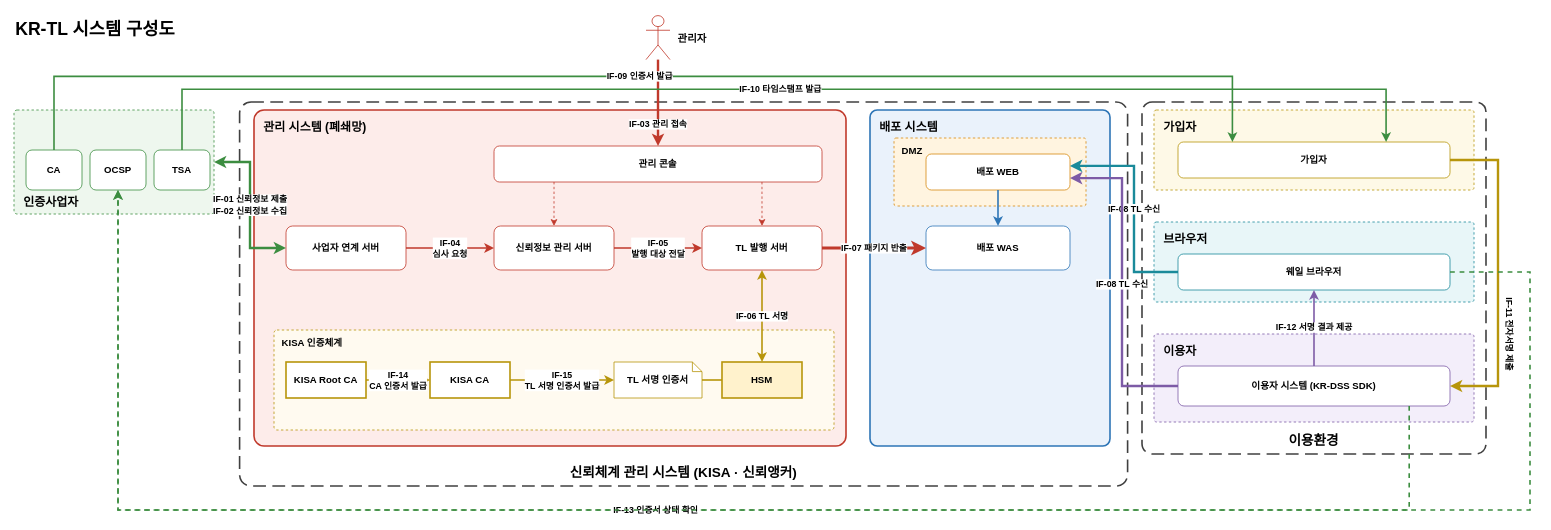
The draw.io diagram docs/design/KR-TL-관리시스템/diagrams/krtl-system.drawio in yongsungkim-electcerti/kr-dss, before the edit. Source tidied: cells renumbered, new cells numbered last; positions are measured from the earlier drawing's top-left corner, leaving out a move shared by most shapes. Both pictures are drawn from the tidied source at 80%, with x=0, y=0 at pixel (14, 14).
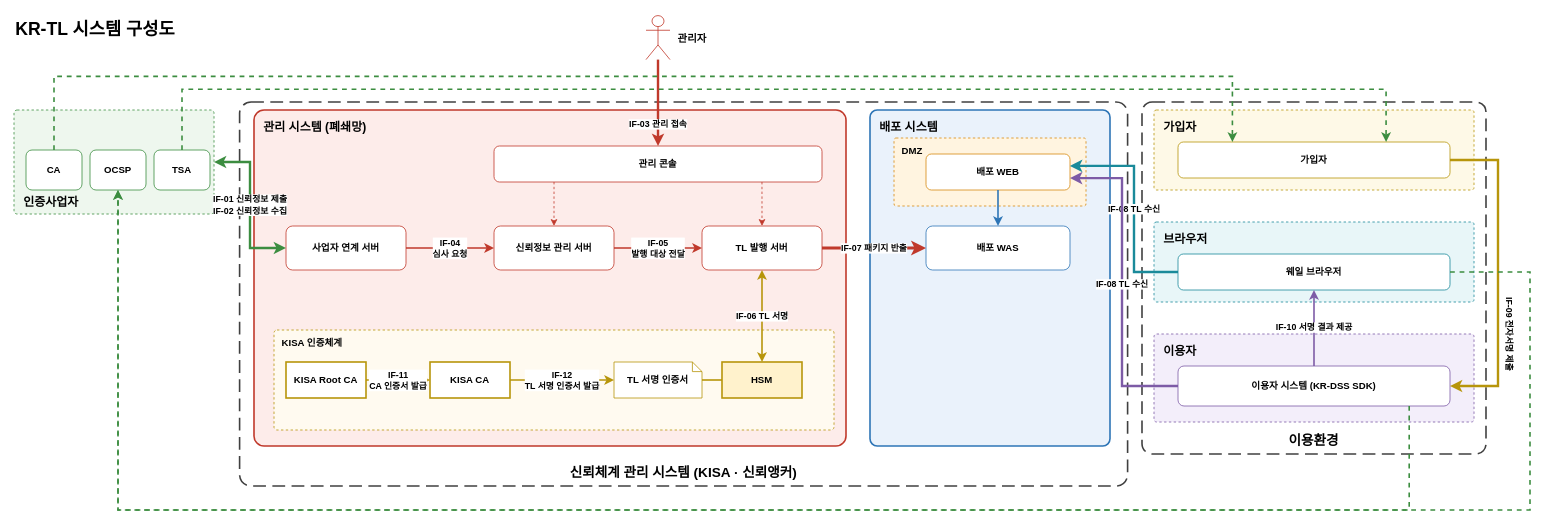
The same page after the edit.

The change refers to these unchanged cells:
```xml
<mxCell id="13" value="CA" style="rounded=1;whiteSpace=wrap;html=1;fillColor=#ffffff;strokeColor=#3c8d40;strokeWidth=1;fontStyle=1;" parent="1" vertex="1">
  <mxGeometry x="15" y="170" width="70" height="50" as="geometry" />
</mxCell>
<mxCell id="14" value="OCSP" style="rounded=1;whiteSpace=wrap;html=1;fillColor=#ffffff;strokeColor=#3c8d40;strokeWidth=1;fontStyle=1;" parent="1" vertex="1">
  <mxGeometry x="95" y="170" width="70" height="50" as="geometry" />
</mxCell>
<mxCell id="15" value="TSA" style="rounded=1;whiteSpace=wrap;html=1;fillColor=#ffffff;strokeColor=#3c8d40;strokeWidth=1;fontStyle=1;" parent="1" vertex="1">
  <mxGeometry x="175" y="170" width="70" height="50" as="geometry" />
</mxCell>
<mxCell id="21" value="KISA Root CA" style="rounded=0;whiteSpace=wrap;html=1;fillColor=#ffffff;strokeColor=#b7950b;strokeWidth=2;fontStyle=1;" parent="1" vertex="1">
  <mxGeometry x="340" y="435" width="100" height="45" as="geometry" />
</mxCell>
<mxCell id="22" value="KISA CA" style="rounded=0;whiteSpace=wrap;html=1;fillColor=#ffffff;strokeColor=#b7950b;strokeWidth=2;fontStyle=1;" parent="1" vertex="1">
  <mxGeometry x="520" y="435" width="100" height="45" as="geometry" />
</mxCell>
<mxCell id="23" value="TL 서명 인증서" style="shape=note;size=12;whiteSpace=wrap;html=1;fillColor=#ffffff;strokeColor=#b7950b;strokeWidth=1;fontStyle=1;" parent="1" vertex="1">
  <mxGeometry x="750" y="435" width="110" height="45" as="geometry" />
</mxCell>
<mxCell id="27" value="가입자" style="rounded=1;whiteSpace=wrap;html=1;fillColor=#ffffff;strokeColor=#b7950b;strokeWidth=1;fontStyle=1;" parent="1" vertex="1">
  <mxGeometry x="1455" y="160" width="340" height="45" as="geometry" />
</mxCell>
<mxCell id="28" value="웨일 브라우저" style="rounded=1;whiteSpace=wrap;html=1;fillColor=#ffffff;strokeColor=#1a8a9a;strokeWidth=1;fontStyle=1;" parent="1" vertex="1">
  <mxGeometry x="1455" y="300" width="340" height="45" as="geometry" />
</mxCell>
<mxCell id="29" value="이용자 시스템 (KR-DSS SDK)" style="rounded=1;whiteSpace=wrap;html=1;fillColor=#ffffff;strokeColor=#7d5ba6;strokeWidth=1;fontStyle=1;" parent="1" vertex="1">
  <mxGeometry x="1455" y="440" width="340" height="50" as="geometry" />
</mxCell>
```

What changed in the source:
```diff
@@
-    <mxCell id="37" value="IF-14&lt;br&gt;CA 인증서 발급" style="edgeStyle=orthogonalEdgeStyle;rounded=0;html=1;fontSize=11;fontStyle=1;labelBackgroundColor=#ffffff;strokeColor=#b7950b;strokeWidth=2;exitX=1;exitY=0.5;entryX=0;entryY=0.5;" parent="1" edge="1" source="21" target="22">
+    <mxCell id="37" value="IF-11&lt;br&gt;CA 인증서 발급" style="edgeStyle=orthogonalEdgeStyle;rounded=0;html=1;fontSize=11;fontStyle=1;labelBackgroundColor=#ffffff;strokeColor=#b7950b;strokeWidth=2;exitX=1;exitY=0.5;entryX=0;entryY=0.5;" parent="1" edge="1" source="21" target="22">
       <mxGeometry relative="1" as="geometry" />
     </mxCell>
-    <mxCell id="38" value="IF-15&lt;br&gt;TL 서명 인증서 발급" style="edgeStyle=orthogonalEdgeStyle;rounded=0;html=1;fontSize=11;fontStyle=1;labelBackgroundColor=#ffffff;strokeColor=#b7950b;strokeWidth=2;exitX=1;exitY=0.5;entryX=0;entryY=0.5;" parent="1" edge="1" source="22" target="23">
+    <mxCell id="38" value="IF-12&lt;br&gt;TL 서명 인증서 발급" style="edgeStyle=orthogonalEdgeStyle;rounded=0;html=1;fontSize=11;fontStyle=1;labelBackgroundColor=#ffffff;strokeColor=#b7950b;strokeWidth=2;exitX=1;exitY=0.5;entryX=0;entryY=0.5;" parent="1" edge="1" source="22" target="23">
       <mxGeometry relative="1" as="geometry" />
     </mxCell>
@@
-    <mxCell id="44" value="IF-09 인증서 발급" style="edgeStyle=orthogonalEdgeStyle;rounded=0;html=1;fontSize=11;fontStyle=1;labelBackgroundColor=#ffffff;strokeColor=#3c8d40;strokeWidth=2;exitX=0.5;exitY=0;entryX=0.2;entryY=0;" parent="1" edge="1" source="13" target="27">
+    <mxCell id="44" style="edgeStyle=orthogonalEdgeStyle;rounded=0;html=1;fontSize=11;fontStyle=1;labelBackgroundColor=#ffffff;strokeColor=#3c8d40;strokeWidth=2;exitX=0.5;exitY=0;entryX=0.2;entryY=0;dashed=1;" parent="1" edge="1" source="13" target="27">
       <mxGeometry relative="1" as="geometry">
         <Array as="points">
           <mxPoint x="50" y="78" />
           <mxPoint x="1523" y="78" />
         </Array>
       </mxGeometry>
     </mxCell>
-    <mxCell id="45" value="IF-10 타임스탬프 발급" style="edgeStyle=orthogonalEdgeStyle;rounded=0;html=1;fontSize=11;fontStyle=1;labelBackgroundColor=#ffffff;strokeColor=#3c8d40;strokeWidth=2;exitX=0.5;exitY=0;entryX=0.765;entryY=0;" parent="1" edge="1" source="15" target="27">
+    <mxCell id="45" style="edgeStyle=orthogonalEdgeStyle;rounded=0;html=1;fontSize=11;fontStyle=1;labelBackgroundColor=#ffffff;strokeColor=#3c8d40;strokeWidth=2;exitX=0.5;exitY=0;entryX=0.765;entryY=0;dashed=1;" parent="1" edge="1" source="15" target="27">
       <mxGeometry relative="1" as="geometry">
         <Array as="points">
           <mxPoint x="210" y="94" />
           <mxPoint x="1715" y="94" />
         </Array>
       </mxGeometry>
     </mxCell>
@@
-    <mxCell id="47" value="IF-11 전자서명 제출" style="text;html=1;fontSize=11;fontStyle=1;align=center;verticalAlign=middle;labelBackgroundColor=#ffffff;rotation=90;" parent="1" vertex="1">
+    <mxCell id="47" value="IF-09 전자서명 제출" style="text;html=1;fontSize=11;fontStyle=1;align=center;verticalAlign=middle;labelBackgroundColor=#ffffff;rotation=90;" parent="1" vertex="1">
       <mxGeometry x="1805" y="390" width="130" height="20" as="geometry" />
     </mxCell>
-    <mxCell id="48" value="IF-12 서명 결과 제공" style="edgeStyle=orthogonalEdgeStyle;rounded=0;html=1;fontSize=11;fontStyle=1;labelBackgroundColor=#ffffff;strokeColor=#7d5ba6;strokeWidth=2;exitX=0.5;exitY=0;entryX=0.5;entryY=1;" parent="1" edge="1" source="29" target="28">
+    <mxCell id="48" value="IF-10 서명 결과 제공" style="edgeStyle=orthogonalEdgeStyle;rounded=0;html=1;fontSize=11;fontStyle=1;labelBackgroundColor=#ffffff;strokeColor=#7d5ba6;strokeWidth=2;exitX=0.5;exitY=0;entryX=0.5;entryY=1;" parent="1" edge="1" source="29" target="28">
       <mxGeometry relative="1" as="geometry" />
     </mxCell>
-    <mxCell id="49" value="IF-13 인증서 상태 확인" style="edgeStyle=orthogonalEdgeStyle;rounded=0;html=1;fontSize=11;fontStyle=1;labelBackgroundColor=#ffffff;strokeColor=#3c8d40;strokeWidth=2;exitX=0.85;exitY=1;entryX=0.5;entryY=1;dashed=1;" parent="1" edge="1" source="29" target="14">
+    <mxCell id="49" style="edgeStyle=orthogonalEdgeStyle;rounded=0;html=1;fontSize=11;fontStyle=1;labelBackgroundColor=#ffffff;strokeColor=#3c8d40;strokeWidth=2;exitX=0.85;exitY=1;entryX=0.5;entryY=1;dashed=1;" parent="1" edge="1" source="29" target="14">
       <mxGeometry relative="1" as="geometry">
         <Array as="points">
           <mxPoint x="1744" y="620" />
           <mxPoint x="130" y="620" />
         </Array>
       </mxGeometry>
     </mxCell>
```
